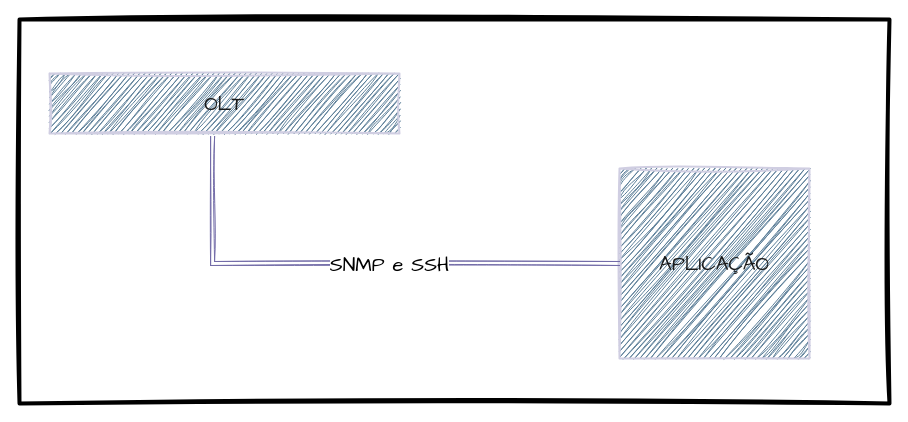
The draw.io diagram img/sc-olt-intelbras-8820i.drawio in saulotarsobc/sc-olt-intelbras-gpon, before the edit. Source tidied: cells renumbered, new cells numbered last; positions are measured from the earlier drawing's top-left corner, leaving out a move shared by most shapes. Both pictures are drawn from the tidied source at 100%, with x=0, y=0 at pixel (19, 19). Pictures stored in the file or linked from it are replaced by grey dashed boxes.
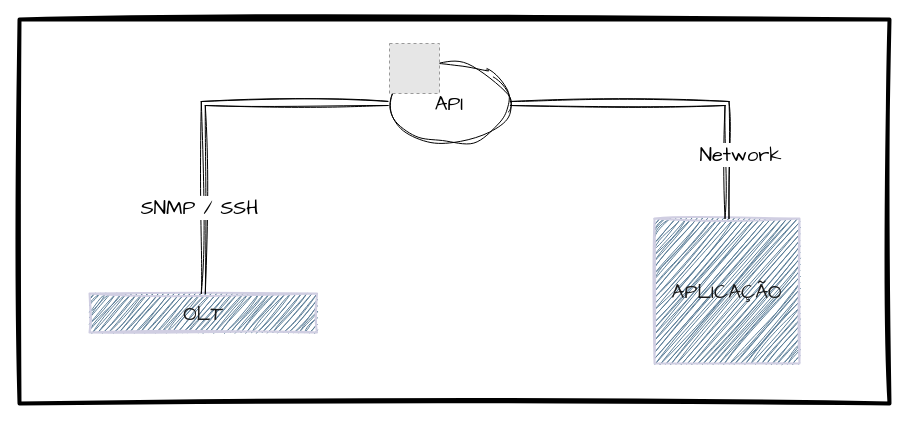
Above is the later version.

The edit, as a diff of the source:
```diff
@@
 <mxGraphModel background="#ffffff">
   <root>
     <mxCell id="0" />
     <mxCell id="1" parent="0" />
     <mxCell id="2" style="rounded=0;whiteSpace=wrap;html=1;sketch=1;hachureGap=4;jiggle=2;curveFitting=1;fontFamily=Architects Daughter;fontSize=20;strokeWidth=4;fillColor=default;" parent="1" vertex="1">
       <mxGeometry width="870" height="384" as="geometry" />
     </mxCell>
     <mxCell id="3" value="OLT" style="rounded=0;whiteSpace=wrap;html=1;sketch=1;hachureGap=4;jiggle=2;curveFitting=1;fontFamily=Architects Daughter;fontSize=20;labelBackgroundColor=none;fillColor=#5D7F99;strokeColor=#D0CEE2;fontColor=#1A1A1A;gradientColor=none;strokeWidth=2;" parent="1" vertex="1">
-      <mxGeometry x="30" y="54" width="350" height="60" as="geometry" />
+      <mxGeometry x="70" y="274" width="227.5" height="39" as="geometry" />
     </mxCell>
     <mxCell id="4" value="APLICAÇÃO" style="whiteSpace=wrap;html=1;sketch=1;hachureGap=4;jiggle=2;curveFitting=1;fontFamily=Architects Daughter;fontSize=20;labelBackgroundColor=none;fillColor=#5D7F99;strokeColor=#D0CEE2;fontColor=#1A1A1A;strokeWidth=2;" parent="1" vertex="1">
-      <mxGeometry x="600" y="149" width="190" height="190" as="geometry" />
+      <mxGeometry x="635" y="199" width="145" height="145" as="geometry" />
     </mxCell>
-    <mxCell id="5" style="edgeStyle=orthogonalEdgeStyle;rounded=0;sketch=1;hachureGap=4;jiggle=2;curveFitting=1;jettySize=auto;html=1;entryX=0.466;entryY=1.05;entryDx=0;entryDy=0;entryPerimeter=0;fontFamily=Architects Daughter;fontSize=16;shape=link;flowAnimation=1;labelBackgroundColor=none;strokeColor=#736CA8;fontColor=default;exitX=0;exitY=0.5;exitDx=0;exitDy=0;" parent="1" edge="1" source="4" target="3">
-      <mxGeometry relative="1" as="geometry">
-        <Array as="points">
-          <mxPoint x="193" y="244" />
-        </Array>
-      </mxGeometry>
-    </mxCell>
-    <mxCell id="6" value="SNMP e SSH" style="edgeLabel;html=1;align=center;verticalAlign=middle;fontSize=20;fontFamily=Architects Daughter;" parent="5" vertex="1">
-      <mxGeometry x="-0.32" relative="1" as="geometry">
-        <mxPoint x="-49" as="offset" />
-      </mxGeometry>
-    </mxCell>
+    <mxCell id="7" style="edgeStyle=orthogonalEdgeStyle;rounded=0;sketch=1;hachureGap=4;jiggle=2;curveFitting=1;jettySize=auto;html=1;entryX=0.5;entryY=0;entryDx=0;entryDy=0;fontFamily=Architects Daughter;fontSize=16;shape=link;flowAnimation=1;" parent="1" edge="1" source="11" target="4">
+      <mxGeometry relative="1" as="geometry" />
+    </mxCell>
+    <mxCell id="8" value="Network" style="edgeLabel;html=1;align=center;verticalAlign=middle;fontSize=20;fontFamily=Architects Daughter;" parent="7" vertex="1">
+      <mxGeometry x="0.05" y="-4" relative="1" as="geometry">
+        <mxPoint x="55" y="46" as="offset" />
+      </mxGeometry>
+    </mxCell>
+    <mxCell id="9" style="edgeStyle=orthogonalEdgeStyle;rounded=0;sketch=1;hachureGap=4;jiggle=2;curveFitting=1;jettySize=auto;html=1;fontFamily=Architects Daughter;fontSize=16;exitX=0;exitY=0.5;exitDx=0;exitDy=0;shape=link;flowAnimation=1;" parent="1" edge="1" source="11" target="3">
+      <mxGeometry relative="1" as="geometry" />
+    </mxCell>
+    <mxCell id="10" value="SNMP / SSH" style="edgeLabel;html=1;align=center;verticalAlign=middle;fontSize=20;fontFamily=Architects Daughter;" parent="9" vertex="1">
+      <mxGeometry x="0.54" y="-4" relative="1" as="geometry" />
+    </mxCell>
+    <mxCell id="11" value="API" style="ellipse;whiteSpace=wrap;html=1;sketch=1;hachureGap=4;jiggle=2;curveFitting=1;fontFamily=Architects Daughter;fontSize=20;" parent="1" vertex="1">
+      <mxGeometry x="370" y="44" width="120" height="80" as="geometry" />
+    </mxCell>
+    <mxCell id="12" style="fillColor=#E6E6E6;strokeColor=#999999;dashed=1;verticalLabelPosition=bottom;labelBackgroundColor=default;verticalAlign=top;" parent="1" vertex="1">
+      <mxGeometry x="370" y="24" width="50" height="50" as="geometry" />
+    </mxCell>
   </root>
 </mxGraphModel>
```
